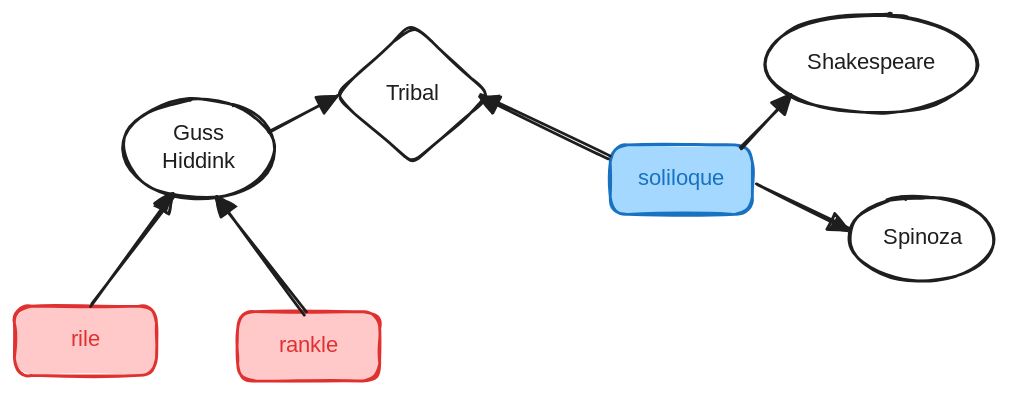
This is images/wordisgod/wordisgod.excalidraw.svg from samratkar/samratkar.github.io, a Excalidraw export, as it was before one commit. Source tidied: one line per element, renumbered; positions are measured from the earlier drawing's top-left corner, leaving out a move shared by most shapes. Its diagram source:
```json
{"id": 0, "type": "rectangle", "strokeColor": "#e03131", "backgroundColor": "#ffc9c9", "fillStyle": "solid", "strokeWidth": 2, "roughness": 1, "round": true, "x": 0, "y": 209, "width": 102, "height": 50}
{"id": 1, "type": "text", "text": "rile", "strokeColor": "#e03131", "strokeWidth": 2, "roughness": 1, "fontSize": 16, "fontFamily": 5, "textAlign": "center", "verticalAlign": "middle", "inside": 0, "x": 39, "y": 224, "width": 23, "height": 20}
{"id": 2, "type": "rectangle", "strokeColor": "#e03131", "backgroundColor": "#ffc9c9", "fillStyle": "solid", "strokeWidth": 2, "roughness": 1, "round": true, "x": 160, "y": 213, "width": 102, "height": 50}
{"id": 3, "type": "text", "text": "rankle", "strokeColor": "#e03131", "strokeWidth": 2, "roughness": 1, "fontSize": 16, "fontFamily": 5, "textAlign": "center", "verticalAlign": "middle", "inside": 2, "x": 188, "y": 228, "width": 44, "height": 20}
{"id": 4, "type": "rectangle", "strokeColor": "#1971c2", "backgroundColor": "#a5d8ff", "fillStyle": "solid", "strokeWidth": 2, "roughness": 1, "round": true, "x": 426, "y": 94, "width": 102, "height": 50}
{"id": 5, "type": "text", "text": "soliloque", "strokeColor": "#1971c2", "strokeWidth": 2, "roughness": 1, "fontSize": 16, "fontFamily": 5, "textAlign": "center", "verticalAlign": "middle", "inside": 4, "x": 444, "y": 108, "width": 65, "height": 20}
{"id": 6, "type": "ellipse", "strokeColor": "#1e1e1e", "strokeWidth": 2, "roughness": 1, "round": true, "x": 78, "y": 61, "width": 108, "height": 71}
{"id": 7, "type": "text", "text": "Guss\nHiddink", "strokeColor": "#1e1e1e", "strokeWidth": 2, "roughness": 1, "fontSize": 16, "fontFamily": 5, "textAlign": "center", "verticalAlign": "middle", "inside": 6, "x": 105, "y": 76, "width": 53, "height": 40}
{"id": 8, "type": "diamond", "strokeColor": "#1e1e1e", "strokeWidth": 2, "roughness": 1, "round": true, "x": 229, "y": 7, "width": 111, "height": 100}
{"id": 9, "type": "text", "text": "Tribal", "strokeColor": "#1e1e1e", "strokeWidth": 2, "roughness": 1, "fontSize": 16, "fontFamily": 5, "textAlign": "center", "verticalAlign": "middle", "inside": 8, "x": 262, "y": 47, "width": 45, "height": 20}
{"id": 10, "type": "arrow", "strokeColor": "#1e1e1e", "strokeWidth": 2, "roughness": 1, "endArrowhead": "triangle", "round": true, "from": 0, "to": 6, "x": 54, "y": 208, "width": 61, "height": 79, "points": [[0, 0], [61, -79]]}
{"id": 11, "type": "arrow", "strokeColor": "#1e1e1e", "strokeWidth": 2, "roughness": 1, "endArrowhead": "triangle", "round": true, "from": 2, "to": 6, "x": 209, "y": 214, "width": 65, "height": 82, "points": [[0, 0], [-65, -82]]}
{"id": 12, "type": "arrow", "strokeColor": "#1e1e1e", "strokeWidth": 2, "roughness": 1, "endArrowhead": "triangle", "round": true, "from": 6, "to": 8, "x": 182, "y": 85, "width": 50, "height": 26, "points": [[0, 0], [50, -26]]}
{"id": 13, "type": "arrow", "strokeColor": "#1e1e1e", "strokeWidth": 2, "roughness": 1, "endArrowhead": "triangle", "round": true, "from": 4, "to": 8, "x": 426, "y": 102, "width": 93, "height": 45, "points": [[0, 0], [-93, -45]]}
{"id": 14, "type": "ellipse", "strokeColor": "#1e1e1e", "strokeWidth": 2, "roughness": 1, "round": true, "x": 537, "y": 0, "width": 152, "height": 71}
{"id": 15, "type": "text", "text": "Shakespeare", "strokeColor": "#1e1e1e", "strokeWidth": 2, "roughness": 1, "fontSize": 16, "fontFamily": 5, "textAlign": "center", "verticalAlign": "middle", "inside": 14, "x": 565, "y": 25, "width": 95, "height": 20}
{"id": 16, "type": "arrow", "strokeColor": "#1e1e1e", "strokeWidth": 2, "roughness": 1, "endArrowhead": "triangle", "round": true, "from": 4, "to": 14, "x": 519, "y": 96, "width": 37, "height": 38, "points": [[0, 0], [37, -38]]}
{"id": 17, "type": "ellipse", "strokeColor": "#1e1e1e", "strokeWidth": 2, "roughness": 1, "round": true, "x": 597, "y": 130, "width": 104, "height": 60}
{"id": 18, "type": "text", "text": "Spinoza", "strokeColor": "#1e1e1e", "strokeWidth": 2, "roughness": 1, "fontSize": 16, "fontFamily": 5, "textAlign": "center", "verticalAlign": "middle", "inside": 17, "x": 620, "y": 150, "width": 59, "height": 20}
{"id": 19, "type": "arrow", "strokeColor": "#1e1e1e", "strokeWidth": 2, "roughness": 1, "endArrowhead": "triangle", "round": true, "from": 4, "to": 17, "x": 530, "y": 121, "width": 67, "height": 33, "points": [[0, 0], [67, 33]]}
```
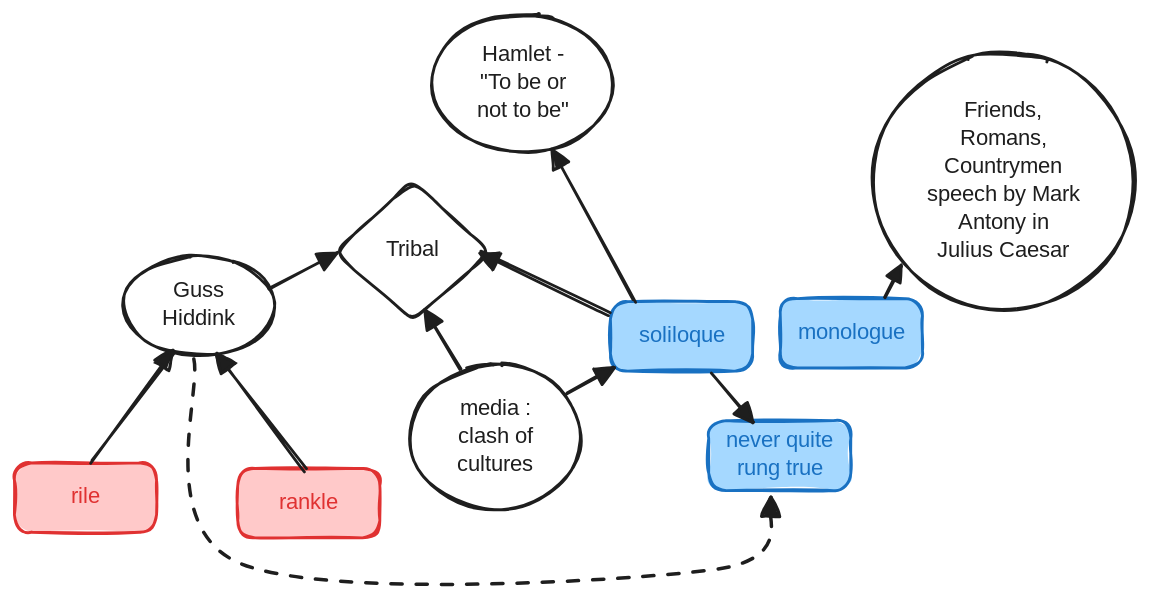
Above is the later version.

What changed in the source:
```diff
@@ -12,9 +12,19 @@
 {"id": 11, "type": "arrow", "strokeColor": "#1e1e1e", "strokeWidth": 2, "roughness": 1, "endArrowhead": "triangle", "round": true, "from": 2, "to": 6, "x": 209, "y": 214, "width": 65, "height": 82, "points": [[0, 0], [-65, -82]]}
 {"id": 12, "type": "arrow", "strokeColor": "#1e1e1e", "strokeWidth": 2, "roughness": 1, "endArrowhead": "triangle", "round": true, "from": 6, "to": 8, "x": 182, "y": 85, "width": 50, "height": 26, "points": [[0, 0], [50, -26]]}
 {"id": 13, "type": "arrow", "strokeColor": "#1e1e1e", "strokeWidth": 2, "roughness": 1, "endArrowhead": "triangle", "round": true, "from": 4, "to": 8, "x": 426, "y": 102, "width": 93, "height": 45, "points": [[0, 0], [-93, -45]]}
-{"id": 14, "type": "ellipse", "strokeColor": "#1e1e1e", "strokeWidth": 2, "roughness": 1, "round": true, "x": 537, "y": 0, "width": 152, "height": 71}
+{"id": 14, "type": "ellipse", "strokeColor": "#1e1e1e", "strokeWidth": 2, "roughness": 1, "round": true, "x": 298, "y": -112, "width": 130, "height": 99}
-{"id": 15, "type": "text", "text": "Shakespeare", "strokeColor": "#1e1e1e", "strokeWidth": 2, "roughness": 1, "fontSize": 16, "fontFamily": 5, "textAlign": "center", "verticalAlign": "middle", "inside": 14, "x": 565, "y": 25, "width": 95, "height": 20}
+{"id": 15, "type": "text", "text": "Hamlet -\n\"To be or\nnot to be\"", "strokeColor": "#1e1e1e", "strokeWidth": 2, "roughness": 1, "fontSize": 16, "fontFamily": 5, "textAlign": "center", "verticalAlign": "middle", "inside": 14, "x": 323, "y": -93, "width": 82, "height": 60}
-{"id": 16, "type": "arrow", "strokeColor": "#1e1e1e", "strokeWidth": 2, "roughness": 1, "endArrowhead": "triangle", "round": true, "from": 4, "to": 14, "x": 519, "y": 96, "width": 37, "height": 38, "points": [[0, 0], [37, -38]]}
+{"id": 16, "type": "arrow", "strokeColor": "#1e1e1e", "strokeWidth": 2, "roughness": 1, "endArrowhead": "triangle", "round": true, "from": 4, "to": 14, "x": 443, "y": 93, "width": 57, "height": 107, "points": [[0, 0], [-57, -107]]}
-{"id": 17, "type": "ellipse", "strokeColor": "#1e1e1e", "strokeWidth": 2, "roughness": 1, "round": true, "x": 597, "y": 130, "width": 104, "height": 60}
-{"id": 18, "type": "text", "text": "Spinoza", "strokeColor": "#1e1e1e", "strokeWidth": 2, "roughness": 1, "fontSize": 16, "fontFamily": 5, "textAlign": "center", "verticalAlign": "middle", "inside": 17, "x": 620, "y": 150, "width": 59, "height": 20}
-{"id": 19, "type": "arrow", "strokeColor": "#1e1e1e", "strokeWidth": 2, "roughness": 1, "endArrowhead": "triangle", "round": true, "from": 4, "to": 17, "x": 530, "y": 121, "width": 67, "height": 33, "points": [[0, 0], [67, 33]]}
+{"id": 20, "type": "rectangle", "strokeColor": "#1971c2", "backgroundColor": "#a5d8ff", "fillStyle": "solid", "strokeWidth": 2, "roughness": 1, "round": true, "x": 547, "y": 91, "width": 102, "height": 50}
+{"id": 21, "type": "text", "text": "monologue", "strokeColor": "#1971c2", "strokeWidth": 2, "roughness": 1, "fontSize": 16, "fontFamily": 5, "textAlign": "center", "verticalAlign": "middle", "inside": 20, "x": 559, "y": 106, "width": 78, "height": 20}
+{"id": 22, "type": "ellipse", "strokeColor": "#1e1e1e", "strokeWidth": 2, "roughness": 1, "round": true, "x": 613, "y": -84, "width": 187, "height": 184}
+{"id": 23, "type": "text", "text": "Friends,\nRomans,\nCountrymen\nspeech by Mark\nAntony in\nJulius Caesar", "strokeColor": "#1e1e1e", "strokeWidth": 2, "roughness": 1, "fontSize": 16, "fontFamily": 5, "textAlign": "center", "verticalAlign": "middle", "inside": 22, "x": 648, "y": -52, "width": 118, "height": 120}
+{"id": 24, "type": "arrow", "strokeColor": "#1e1e1e", "strokeWidth": 2, "roughness": 1, "endArrowhead": "triangle", "round": true, "from": 20, "to": 22, "x": 622, "y": 91, "width": 12, "height": 23, "points": [[0, 0], [12, -23]]}
+{"id": 25, "type": "ellipse", "strokeColor": "#1e1e1e", "strokeWidth": 2, "roughness": 1, "round": true, "x": 283, "y": 139, "width": 122, "height": 103}
+{"id": 26, "type": "text", "text": "media :\nclash of\ncultures", "strokeColor": "#1e1e1e", "strokeWidth": 2, "roughness": 1, "fontSize": 16, "fontFamily": 5, "textAlign": "center", "verticalAlign": "middle", "inside": 25, "x": 313, "y": 160, "width": 63, "height": 60}
+{"id": 27, "type": "arrow", "strokeColor": "#1e1e1e", "strokeWidth": 2, "roughness": 1, "endArrowhead": "triangle", "round": true, "from": 25, "to": 4, "x": 395, "y": 159, "width": 33, "height": 19, "points": [[0, 0], [33, -19]]}
+{"id": 28, "type": "arrow", "strokeColor": "#1e1e1e", "strokeWidth": 2, "roughness": 1, "endArrowhead": "triangle", "round": true, "from": 25, "to": 8, "x": 319, "y": 142, "width": 25, "height": 42, "points": [[0, 0], [-25, -42]]}
+{"id": 29, "type": "rectangle", "strokeColor": "#1971c2", "backgroundColor": "#a5d8ff", "fillStyle": "solid", "strokeWidth": 2, "roughness": 1, "round": true, "x": 496, "y": 179, "width": 102, "height": 50}
+{"id": 30, "type": "text", "text": "never quite\nrung true", "strokeColor": "#1971c2", "strokeWidth": 2, "roughness": 1, "fontSize": 16, "fontFamily": 5, "textAlign": "center", "verticalAlign": "middle", "inside": 29, "x": 504, "y": 184, "width": 86, "height": 40}
+{"id": 31, "type": "arrow", "strokeColor": "#1e1e1e", "strokeWidth": 2, "roughness": 1, "endArrowhead": "triangle", "round": true, "from": 4, "to": 29, "x": 498, "y": 145, "width": 30, "height": 35, "points": [[0, 0], [30, 35]]}
+{"id": 32, "type": "arrow", "strokeColor": "#1e1e1e", "strokeWidth": 2, "strokeStyle": "dashed", "roughness": 1, "endArrowhead": "triangle", "round": true, "from": 6, "to": 29, "x": 128, "y": 135, "width": 412, "height": 151, "points": [[0, 0], [35, 145], [371, 151], [412, 98]]}
```
